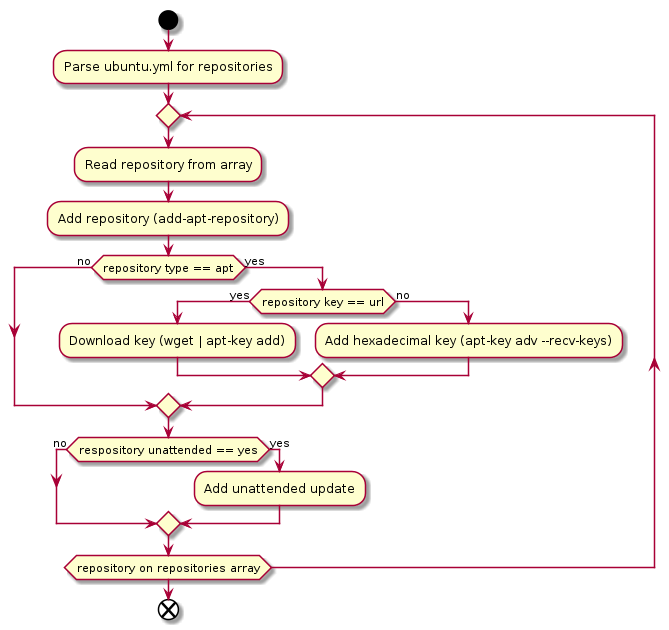
This is docs/uml/repositores.png from cslucr/ubuntu-ucr, a PlantUML export, as it was before one commit. Its diagram source:
```plantuml
@startuml
start
:Parse ubuntu.yml for repositories;
repeat
  :Read repository from array;
  :Add repository (add-apt-repository);
  if (repository type == apt) then (no)
  else (yes)
    if (repository key == url) then (yes)
      :Download key (wget | apt-key add);
    else (no)
      :Add hexadecimal key (apt-key adv --recv-keys);
    endif
  endif
  if (respository unattended == yes) then (no)
  else (yes)
    :Add unattended update;
  endif
repeat while (repository on repositories array)

end
@enduml
```
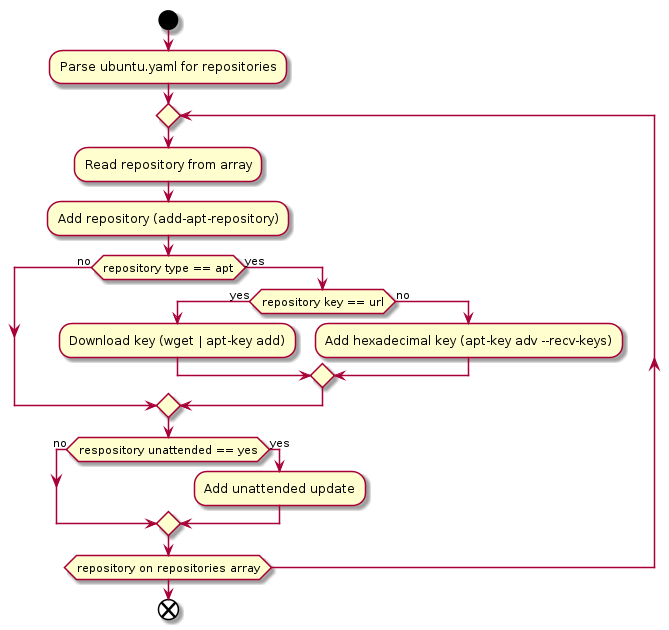
The same diagram one commit later.

Commit message:
Changed from ubuntu.yml to ubuntu.yaml on UML diagrams

What changed in the source:
```diff
@@ -1,6 +1,6 @@
 @startuml
 start
-:Parse ubuntu.yml for repositories;
+:Parse ubuntu.yaml for repositories;
 repeat
   :Read repository from array;
   :Add repository (add-apt-repository);
```
